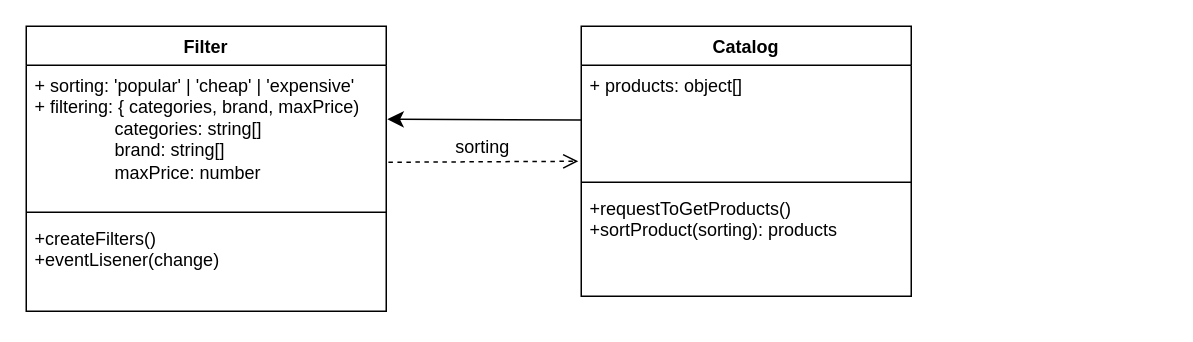
The draw.io diagram Диаграмма без названия.drawio in MariiaBel/uml-diagrams, before the edit. Source tidied: cells renumbered, new cells numbered last; positions are measured from the earlier drawing's top-left corner, leaving out a move shared by most shapes. Both pictures are drawn from the tidied source at 150%, with x=0, y=0 at pixel (26, 26).
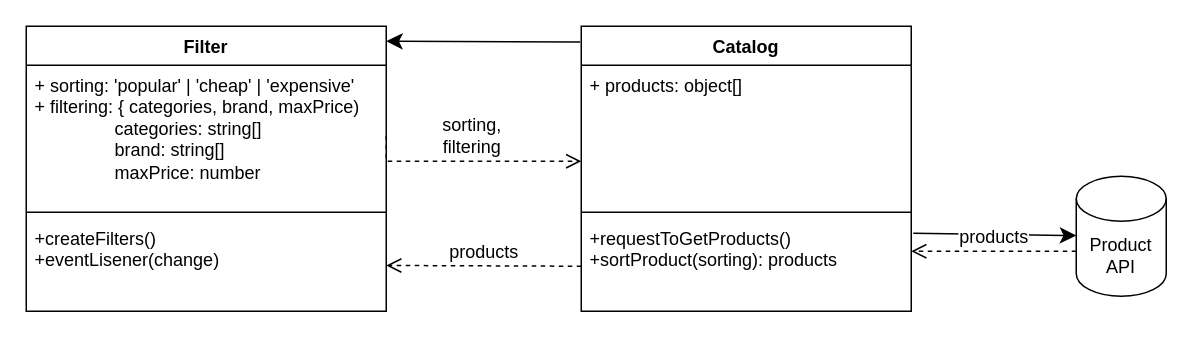
After the change.

Commit message:
catalog and filter

Change to the diagram source:
```diff
@@
 <mxGraphModel>
   <root>
     <mxCell id="0" />
     <mxCell id="1" parent="0" />
     <mxCell id="2" value="Filter" style="swimlane;fontStyle=1;align=center;verticalAlign=top;horizontal=1;startSize=26;whiteSpace=wrap;html=1;" parent="1" vertex="1">
       <mxGeometry width="240" height="190" as="geometry" />
     </mxCell>
     <mxCell id="3" value="+ sorting: 'popular' | 'cheap' | 'expensive'&lt;br&gt;+ filtering: { categories, brand, maxPrice)&lt;br&gt;&lt;span style=&quot;white-space: pre;&quot;&gt;&#9;&lt;/span&gt;&lt;span style=&quot;white-space: pre;&quot;&gt;&#9;&lt;/span&gt;categories: string[]&lt;br&gt;&lt;span style=&quot;white-space: pre;&quot;&gt;&#9;&lt;/span&gt;&lt;span style=&quot;white-space: pre;&quot;&gt;&#9;&lt;/span&gt;brand: string[]&lt;br&gt;&lt;span style=&quot;white-space: pre;&quot;&gt;&#9;&lt;/span&gt;&lt;span style=&quot;white-space: pre;&quot;&gt;&#9;&lt;/span&gt;maxPrice: number" style="text;strokeColor=none;fillColor=none;align=left;verticalAlign=top;spacingLeft=4;spacingRight=4;overflow=hidden;points=[[0,0.5],[1,0.5]];portConstraint=eastwest;whiteSpace=wrap;html=1;" parent="2" vertex="1">
       <mxGeometry y="26" width="240" height="94" as="geometry" />
     </mxCell>
     <mxCell id="4" style="line;strokeWidth=1;fillColor=none;align=left;verticalAlign=middle;spacingTop=-1;spacingLeft=3;spacingRight=3;labelPosition=right;strokeColor=inherit;" parent="2" vertex="1">
       <mxGeometry y="120" width="240" height="8" as="geometry" />
     </mxCell>
     <mxCell id="5" value="+createFilters&lt;span style=&quot;background-color: initial;&quot;&gt;()&lt;br&gt;+eventLisener(change)&lt;br&gt;&lt;/span&gt;" style="text;strokeColor=none;fillColor=none;align=left;verticalAlign=top;spacingLeft=4;spacingRight=4;overflow=hidden;points=[[0,0.5],[1,0.5]];portConstraint=eastwest;whiteSpace=wrap;html=1;" parent="2" vertex="1">
       <mxGeometry y="128" width="240" height="62" as="geometry" />
     </mxCell>
     <mxCell id="6" value="Catalog" style="swimlane;fontStyle=1;align=center;verticalAlign=top;horizontal=1;startSize=26;whiteSpace=wrap;html=1;" parent="1" vertex="1">
-      <mxGeometry x="370" width="220" height="180" as="geometry" />
+      <mxGeometry x="370" width="220" height="190" as="geometry" />
     </mxCell>
     <mxCell id="7" value="+ products: object[]&lt;div&gt;&lt;br/&gt;&lt;/div&gt;" style="text;strokeColor=none;fillColor=none;align=left;verticalAlign=top;spacingLeft=4;spacingRight=4;overflow=hidden;points=[[0,0.5],[1,0.5]];portConstraint=eastwest;whiteSpace=wrap;html=1;" parent="6" vertex="1">
-      <mxGeometry y="26" width="220" height="74" as="geometry" />
+      <mxGeometry y="26" width="220" height="94" as="geometry" />
     </mxCell>
     <mxCell id="8" style="line;strokeWidth=1;fillColor=none;align=left;verticalAlign=middle;spacingTop=-1;spacingLeft=3;spacingRight=3;labelPosition=right;strokeColor=inherit;" parent="6" vertex="1">
-      <mxGeometry y="100" width="220" height="8" as="geometry" />
+      <mxGeometry y="120" width="220" height="8" as="geometry" />
     </mxCell>
     <mxCell id="9" value="+requestToGetProducts&lt;span style=&quot;background-color: initial;&quot;&gt;()&lt;br&gt;+sortProduct(sorting): products&lt;br&gt;&lt;/span&gt;" style="text;strokeColor=none;fillColor=none;align=left;verticalAlign=top;spacingLeft=4;spacingRight=4;overflow=hidden;points=[[0,0.5],[1,0.5]];portConstraint=eastwest;whiteSpace=wrap;html=1;" parent="6" vertex="1">
-      <mxGeometry y="108" width="220" height="72" as="geometry" />
+      <mxGeometry y="128" width="220" height="62" as="geometry" />
     </mxCell>
-    <mxCell id="10" style="edgeStyle=none;curved=1;rounded=0;jettySize=auto;html=1;fontSize=12;startSize=8;endSize=8;entryX=1.003;entryY=0.383;entryDx=0;entryDy=0;entryPerimeter=0;" parent="1" edge="1" source="7" target="3">
-      <mxGeometry relative="1" as="geometry" />
+    <mxCell id="10" style="edgeStyle=none;curved=1;rounded=0;orthogonalLoop=1;jettySize=auto;html=1;fontSize=12;startSize=8;endSize=8;entryX=1.003;entryY=0.383;entryDx=0;entryDy=0;entryPerimeter=0;" parent="1" edge="1">
+      <mxGeometry relative="1" as="geometry">
+        <mxPoint x="369.3" y="10.5" as="sourcePoint" />
+        <mxPoint x="240" y="10" as="targetPoint" />
+      </mxGeometry>
     </mxCell>
-    <mxCell id="11" value="sorting" style="html=1;verticalAlign=bottom;endArrow=open;dashed=1;endSize=8;curved=0;rounded=0;fontSize=12;exitX=1.006;exitY=0.688;exitDx=0;exitDy=0;exitPerimeter=0;entryX=-0.009;entryY=0.865;entryDx=0;entryDy=0;entryPerimeter=0;" parent="1" edge="1" source="3" target="7">
-      <mxGeometry relative="1" as="geometry" />
+    <mxCell id="11" value="sorting,&lt;br&gt;filtering" style="html=1;verticalAlign=bottom;endArrow=open;dashed=1;endSize=8;curved=0;rounded=0;fontSize=12;exitX=1;exitY=0.5;exitDx=0;exitDy=0;" parent="1" edge="1" source="3">
+      <mxGeometry relative="1" as="geometry">
+        <mxPoint x="370" y="90" as="targetPoint" />
+        <Array as="points">
+          <mxPoint x="240" y="90" />
+        </Array>
+      </mxGeometry>
     </mxCell>
+    <mxCell id="12" value="products" style="html=1;verticalAlign=bottom;endArrow=open;dashed=1;endSize=8;curved=0;rounded=0;fontSize=12;exitX=0.009;exitY=0.306;exitDx=0;exitDy=0;exitPerimeter=0;" parent="1" edge="1" target="5">
+      <mxGeometry relative="1" as="geometry">
+        <mxPoint x="370" y="160" as="sourcePoint" />
+      </mxGeometry>
+    </mxCell>
+    <mxCell id="13" value="Product&lt;br&gt;API" style="shape=cylinder3;whiteSpace=wrap;html=1;boundedLbl=1;backgroundOutline=1;size=15;" parent="1" vertex="1">
+      <mxGeometry x="700" y="100" width="60" height="80" as="geometry" />
+    </mxCell>
+    <mxCell id="14" style="edgeStyle=none;curved=1;rounded=0;jettySize=auto;html=1;fontSize=12;startSize=8;endSize=8;exitX=1.006;exitY=0.161;exitDx=0;exitDy=0;exitPerimeter=0;" parent="1" edge="1" source="9" target="13">
+      <mxGeometry relative="1" as="geometry" />
+    </mxCell>
+    <mxCell id="15" value="products" style="html=1;verticalAlign=bottom;endArrow=open;dashed=1;endSize=8;curved=0;rounded=0;fontSize=12;entryX=1;entryY=0.355;entryDx=0;entryDy=0;entryPerimeter=0;" parent="1" edge="1" target="9">
+      <mxGeometry relative="1" as="geometry">
+        <mxPoint x="700" y="150" as="sourcePoint" />
+      </mxGeometry>
+    </mxCell>
   </root>
 </mxGraphModel>
```
